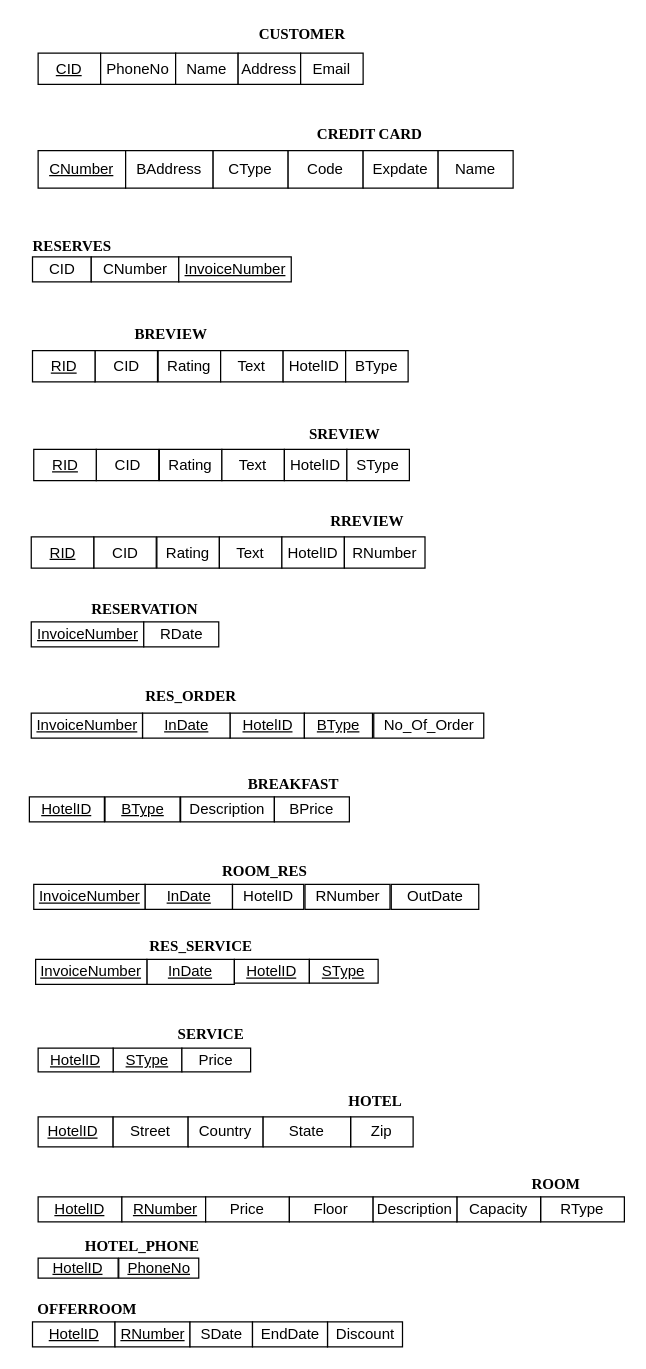
susbiswas/njit-dbms-project2 keeps this draw.io diagram as page "Table List" (2 of 2) of ProjectDeliverable2.drawio. Above is the earlier version. Source tidied: cells renumbered, new cells numbered last; positions are measured from the earlier drawing's top-left corner, leaving out a move shared by most shapes. Both pictures are drawn from the tidied source at 125%, with x=0, y=0 at pixel (21, 21).
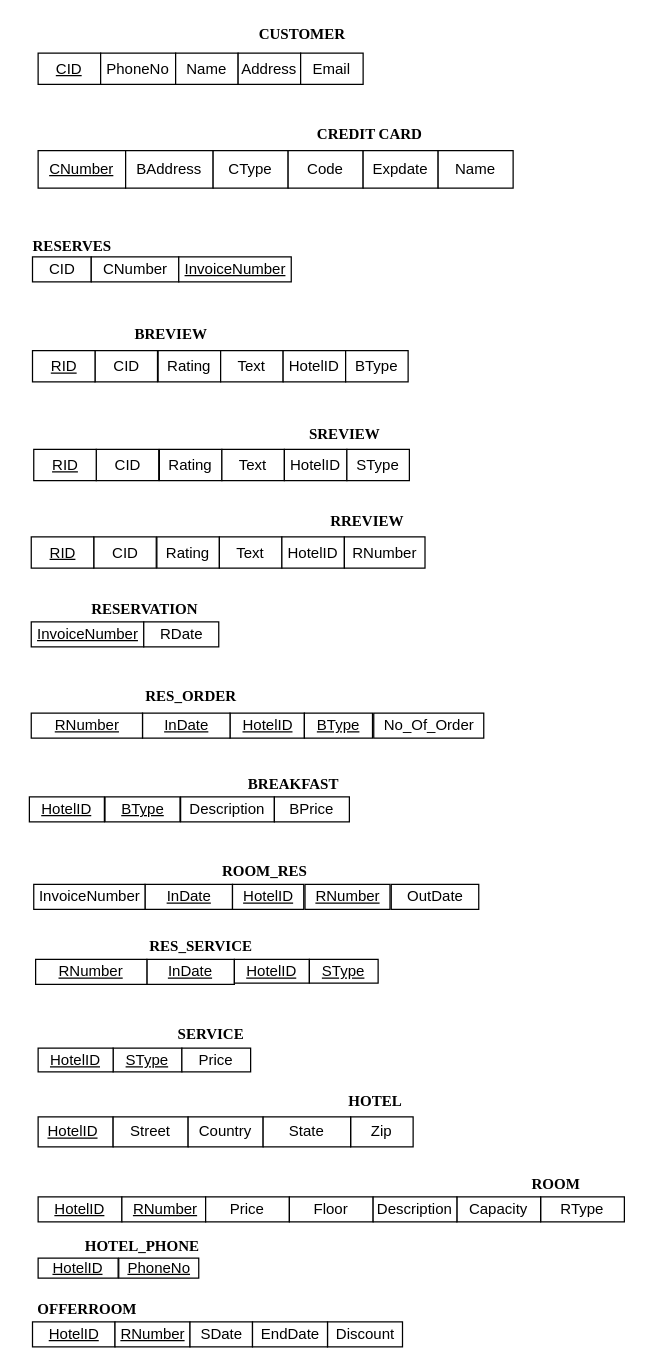
The same page after the edit.

Commit message:
Update ProjectDeliverable2. table list

Diff of the diagram source:
```diff
@@
-    <mxCell id="66" value="HotelID" style="rounded=0;whiteSpace=wrap;html=1;" parent="1" vertex="1">
+    <mxCell id="66" value="&lt;u&gt;HotelID&lt;/u&gt;" style="rounded=0;whiteSpace=wrap;html=1;" parent="1" vertex="1">
       <mxGeometry x="168.5" y="690" width="57" height="20" as="geometry" />
     </mxCell>
-    <mxCell id="67" value="RNumber" style="rounded=0;whiteSpace=wrap;html=1;" parent="1" vertex="1">
+    <mxCell id="67" value="&lt;u&gt;RNumber&lt;/u&gt;" style="rounded=0;whiteSpace=wrap;html=1;" parent="1" vertex="1">
       <mxGeometry x="226.5" y="690" width="68" height="20" as="geometry" />
     </mxCell>
@@
-    <mxCell id="83" value="&lt;u&gt;InvoiceNumber&lt;/u&gt;" style="rounded=0;whiteSpace=wrap;html=1;" parent="1" vertex="1">
+    <mxCell id="83" value="InvoiceNumber" style="rounded=0;whiteSpace=wrap;html=1;" parent="1" vertex="1">
       <mxGeometry x="9.5" y="690" width="89" height="20" as="geometry" />
     </mxCell>
@@
-    <mxCell id="87" value="&lt;u&gt;InvoiceNumber&lt;/u&gt;" style="rounded=0;whiteSpace=wrap;html=1;" parent="1" vertex="1">
+    <mxCell id="87" value="&lt;u&gt;RNumber&lt;/u&gt;" style="rounded=0;whiteSpace=wrap;html=1;" parent="1" vertex="1">
       <mxGeometry x="7.5" y="553" width="89" height="20" as="geometry" />
     </mxCell>
-    <mxCell id="88" value="&lt;u&gt;InvoiceNumber&lt;/u&gt;" style="rounded=0;whiteSpace=wrap;html=1;" parent="1" vertex="1">
+    <mxCell id="88" value="&lt;u&gt;RNumber&lt;/u&gt;" style="rounded=0;whiteSpace=wrap;html=1;" parent="1" vertex="1">
       <mxGeometry x="11" y="750" width="89" height="20" as="geometry" />
     </mxCell>
```
